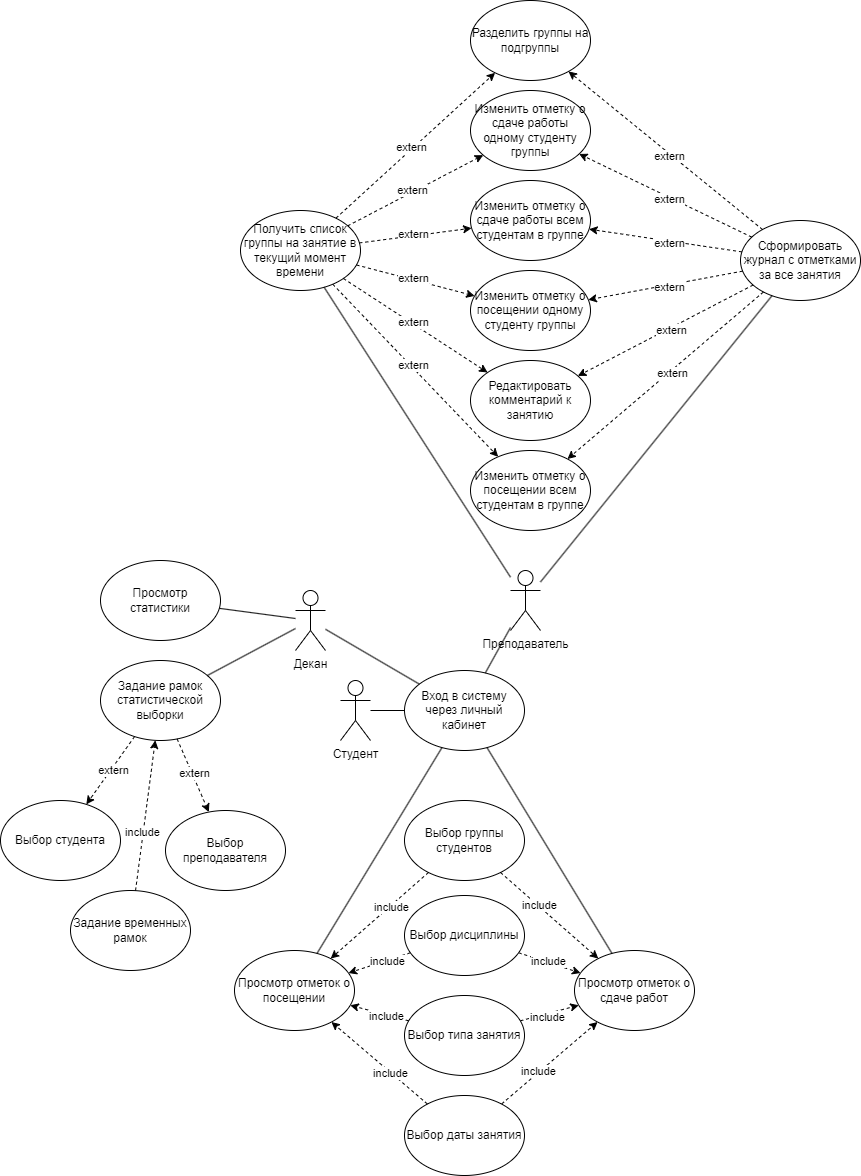
kuskas112/Labs keeps this draw.io diagram as ВКР/drawio/png/Спецификации-Use - case.drawio.png. Above is the earlier version. Source tidied: cells renumbered, new cells last; positions are measured from the earlier drawing's top-left corner, leaving out a move shared by most shapes.
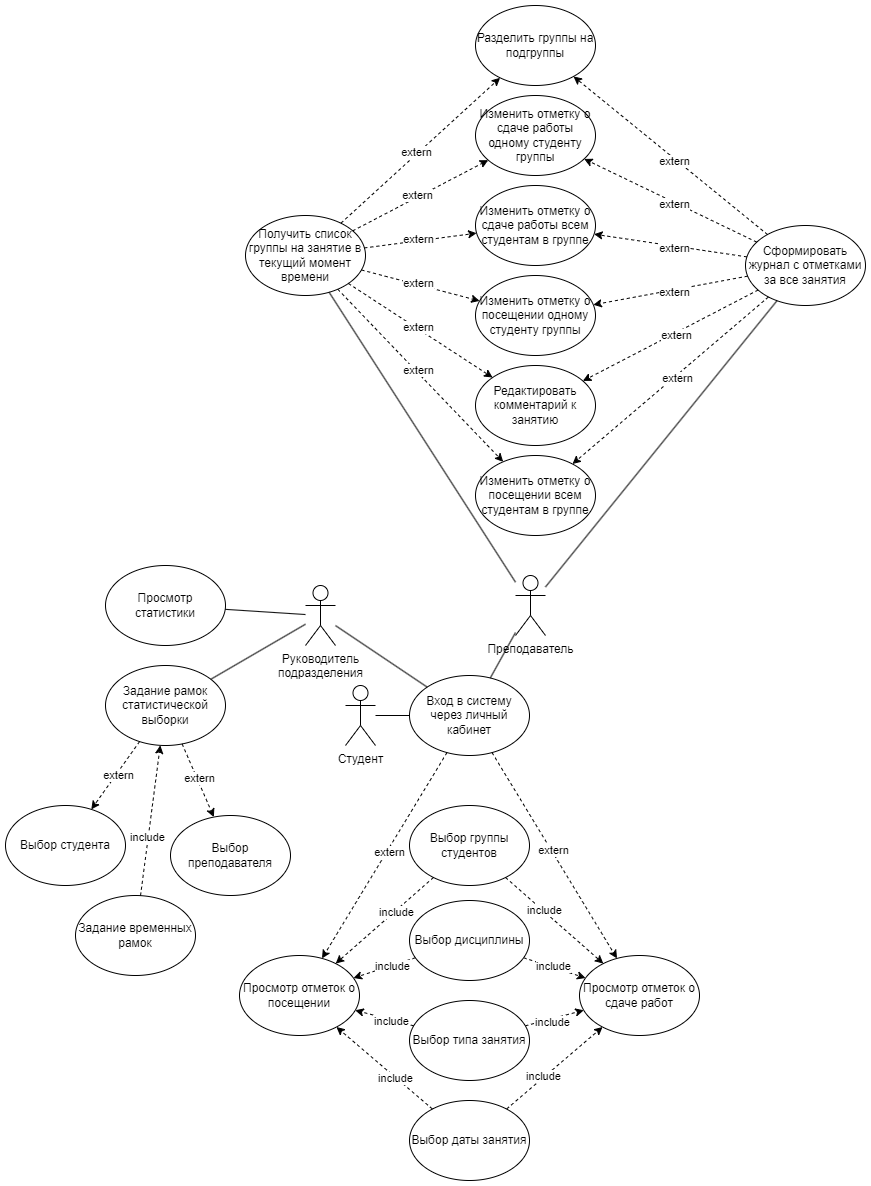
After the change.

What changed in the source:
```diff
@@ -103,20 +103,14 @@
     <mxCell id="34" value="include" style="edgeLabel;html=1;align=center;verticalAlign=middle;fontFamily=Helvetica;fontSize=11;fontColor=default;labelBackgroundColor=default;" parent="33" vertex="1">
       <mxGeometry x="-0.22" y="1" relative="1" as="geometry" />
     </mxCell>
-    <mxCell id="35" style="edgeStyle=none;rounded=0;jettySize=auto;html=1;strokeColor=default;align=center;verticalAlign=middle;fontFamily=Helvetica;fontSize=11;fontColor=default;labelBackgroundColor=default;endArrow=none;endFill=0;" parent="1" edge="1" source="10" target="9">
-      <mxGeometry relative="1" as="geometry" />
-    </mxCell>
-    <mxCell id="36" style="edgeStyle=none;rounded=0;jettySize=auto;html=1;strokeColor=default;align=center;verticalAlign=middle;fontFamily=Helvetica;fontSize=11;fontColor=default;labelBackgroundColor=default;endArrow=none;endFill=0;" parent="1" edge="1" source="11" target="9">
-      <mxGeometry relative="1" as="geometry" />
-    </mxCell>
     <mxCell id="37" style="edgeStyle=none;rounded=0;jettySize=auto;html=1;strokeColor=default;align=center;verticalAlign=middle;fontFamily=Helvetica;fontSize=11;fontColor=default;labelBackgroundColor=default;endArrow=none;endFill=0;" parent="1" edge="1" source="3" target="9">
       <mxGeometry relative="1" as="geometry" />
     </mxCell>
     <mxCell id="38" style="edgeStyle=none;rounded=0;jettySize=auto;html=1;strokeColor=default;align=center;verticalAlign=middle;fontFamily=Helvetica;fontSize=11;fontColor=default;labelBackgroundColor=default;endArrow=none;endFill=0;" parent="1" edge="1" source="2" target="9">
       <mxGeometry relative="1" as="geometry" />
     </mxCell>
-    <mxCell id="39" value="Декан" style="shape=umlActor;verticalLabelPosition=bottom;verticalAlign=top;html=1;outlineConnect=0;" parent="1" vertex="1">
-      <mxGeometry x="295" y="590" width="30" height="60" as="geometry" />
+    <mxCell id="39" value="Руководитель&lt;br&gt;подразделения" style="shape=umlActor;verticalLabelPosition=bottom;verticalAlign=top;html=1;outlineConnect=0;" parent="1" vertex="1">
+      <mxGeometry x="300" y="580" width="30" height="60" as="geometry" />
     </mxCell>
     <mxCell id="40" value="Выбор преподавателя" style="ellipse;whiteSpace=wrap;html=1;" parent="1" vertex="1">
       <mxGeometry x="165" y="810" width="120" height="80" as="geometry" />
@@ -238,5 +232,17 @@
     <mxCell id="79" style="edgeStyle=none;rounded=0;jettySize=auto;html=1;strokeColor=default;align=center;verticalAlign=middle;fontFamily=Helvetica;fontSize=11;fontColor=default;labelBackgroundColor=default;endArrow=none;endFill=0;" parent="1" edge="1" source="3" target="66">
       <mxGeometry relative="1" as="geometry" />
     </mxCell>
+    <mxCell id="80" style="edgeStyle=none;rounded=0;jettySize=auto;html=1;dashed=1;strokeColor=default;align=center;verticalAlign=middle;fontFamily=Helvetica;fontSize=11;fontColor=default;labelBackgroundColor=default;endArrow=classic;endFill=1;" parent="1" edge="1" source="9" target="10">
+      <mxGeometry relative="1" as="geometry" />
+    </mxCell>
+    <mxCell id="81" value="extern" style="edgeLabel;html=1;align=center;verticalAlign=middle;" parent="80" vertex="1">
+      <mxGeometry x="-0.05" y="2" relative="1" as="geometry" />
+    </mxCell>
+    <mxCell id="82" style="edgeStyle=none;rounded=0;jettySize=auto;html=1;dashed=1;strokeColor=default;align=center;verticalAlign=middle;fontFamily=Helvetica;fontSize=11;fontColor=default;labelBackgroundColor=default;endArrow=classic;endFill=1;" parent="1" edge="1" source="9" target="11">
+      <mxGeometry relative="1" as="geometry" />
+    </mxCell>
+    <mxCell id="83" value="extern" style="edgeLabel;html=1;align=center;verticalAlign=middle;" parent="82" vertex="1">
+      <mxGeometry x="-0.05" y="2" relative="1" as="geometry" />
+    </mxCell>
   </root>
 </mxGraphModel>
```
